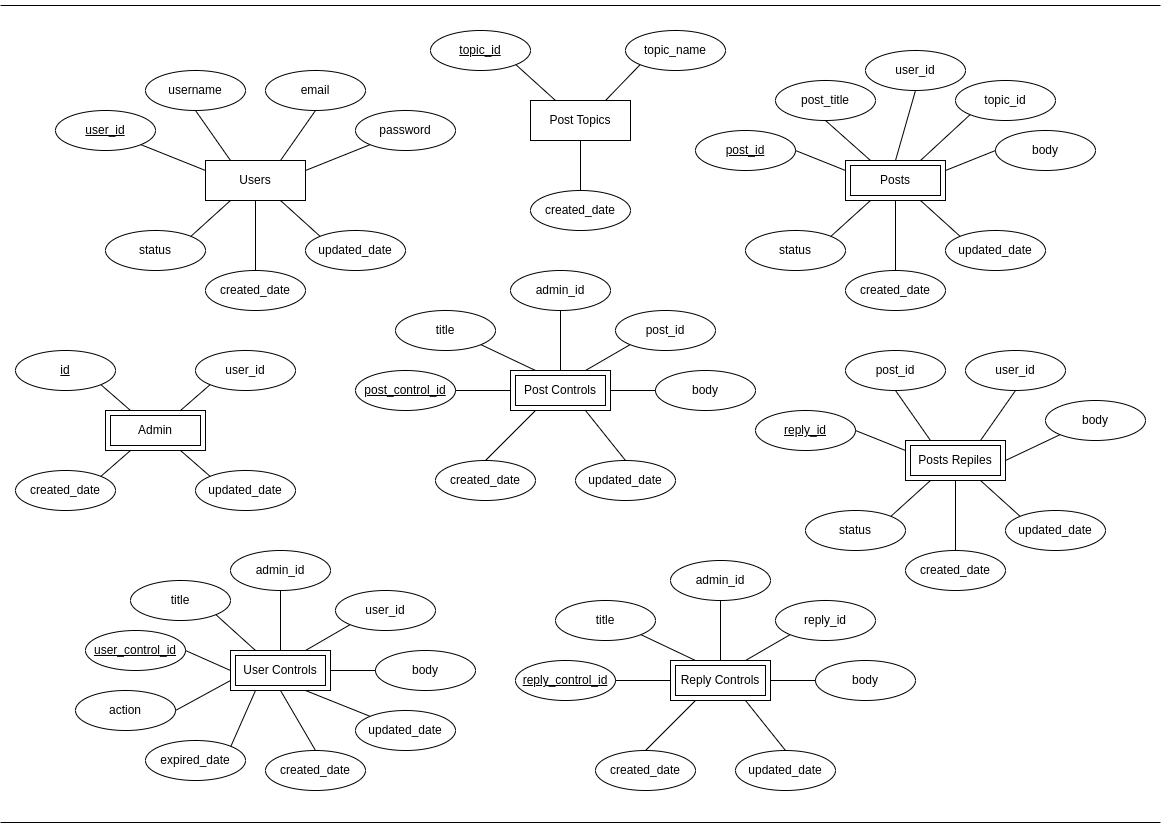
akikungz/database_project keeps this draw.io diagram as er-model.dio.png. Above is the earlier version. Source tidied: cells renumbered, new cells last; positions are measured from the earlier drawing's top-left corner, leaving out a move shared by most shapes.
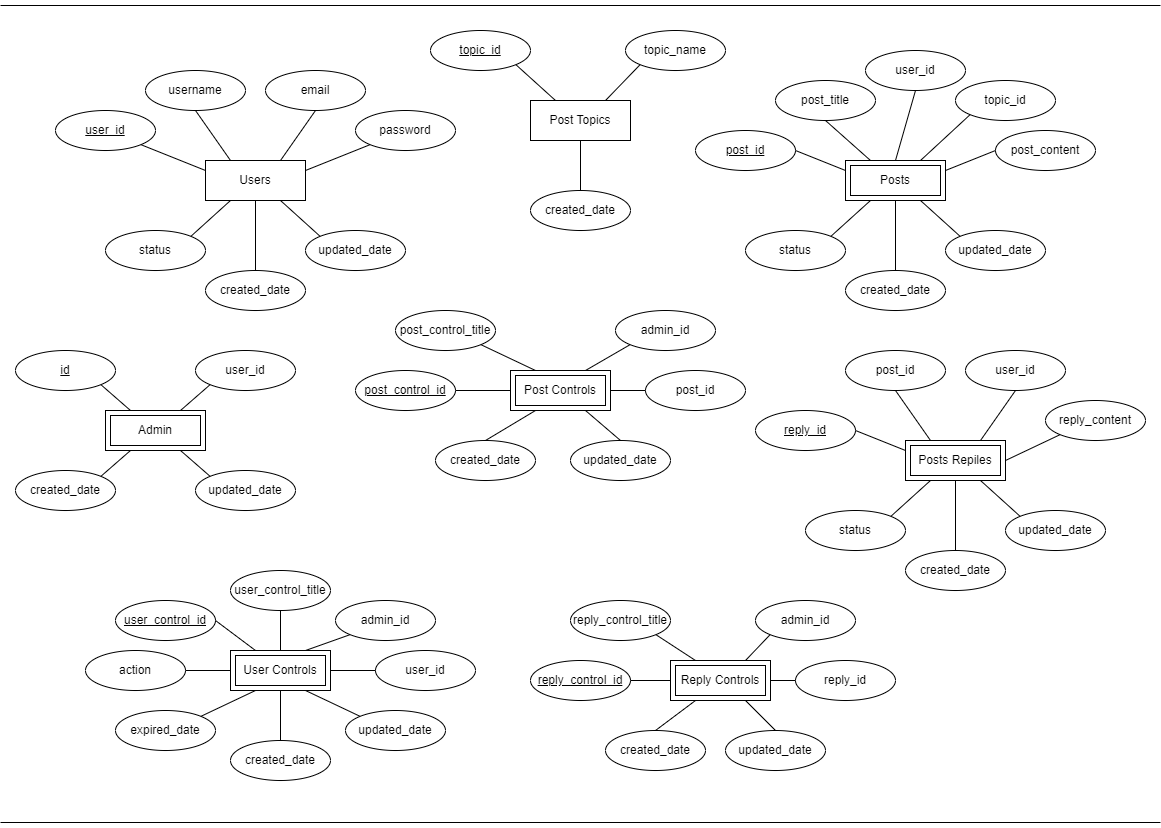
The same file after the commit.

Commit message:
Update ER model diagram

The edit, as a diff of the source:
```diff
@@ -77,7 +77,7 @@
     <mxCell id="26" value="topic_id" style="ellipse;whiteSpace=wrap;html=1;align=center;" parent="1" vertex="1">
       <mxGeometry x="955" y="80" width="100" height="40" as="geometry" />
     </mxCell>
-    <mxCell id="27" value="body" style="ellipse;whiteSpace=wrap;html=1;align=center;" parent="1" vertex="1">
+    <mxCell id="27" value="post_content" style="ellipse;whiteSpace=wrap;html=1;align=center;" parent="1" vertex="1">
       <mxGeometry x="995" y="130" width="100" height="40" as="geometry" />
     </mxCell>
     <mxCell id="28" style="endArrow=none;html=1;rounded=0;exitX=1;exitY=1;exitDx=0;exitDy=0;entryX=0.25;entryY=0;entryDx=0;entryDy=0;" parent="1" edge="1" source="53" target="52">
@@ -125,7 +125,7 @@
     <mxCell id="42" value="user_id" style="ellipse;whiteSpace=wrap;html=1;align=center;" parent="1" vertex="1">
       <mxGeometry x="965" y="350" width="100" height="40" as="geometry" />
     </mxCell>
-    <mxCell id="43" value="body" style="ellipse;whiteSpace=wrap;html=1;align=center;" parent="1" vertex="1">
+    <mxCell id="43" value="reply_content" style="ellipse;whiteSpace=wrap;html=1;align=center;" parent="1" vertex="1">
       <mxGeometry x="1045" y="400" width="100" height="40" as="geometry" />
     </mxCell>
     <mxCell id="44" value="post_id" style="ellipse;whiteSpace=wrap;html=1;align=center;" parent="1" vertex="1">
@@ -183,38 +183,32 @@
       <mxGeometry x="355" y="370" width="100" height="40" as="geometry" />
     </mxCell>
     <mxCell id="62" value="created_date" style="ellipse;whiteSpace=wrap;html=1;align=center;" parent="1" vertex="1">
-      <mxGeometry x="435" y="460" width="100" height="40" as="geometry" />
+      <mxGeometry x="435" y="440" width="100" height="40" as="geometry" />
     </mxCell>
     <mxCell id="63" value="updated_date" style="ellipse;whiteSpace=wrap;html=1;align=center;" parent="1" vertex="1">
-      <mxGeometry x="575" y="460" width="100" height="40" as="geometry" />
+      <mxGeometry x="570" y="440" width="100" height="40" as="geometry" />
     </mxCell>
     <mxCell id="64" value="post_id" style="ellipse;whiteSpace=wrap;html=1;align=center;" parent="1" vertex="1">
-      <mxGeometry x="615" y="310" width="100" height="40" as="geometry" />
+      <mxGeometry x="645" y="370" width="100" height="40" as="geometry" />
     </mxCell>
-    <mxCell id="65" value="title" style="ellipse;whiteSpace=wrap;html=1;align=center;" parent="1" vertex="1">
+    <mxCell id="65" value="post_control_title" style="ellipse;whiteSpace=wrap;html=1;align=center;" parent="1" vertex="1">
       <mxGeometry x="395" y="310" width="100" height="40" as="geometry" />
     </mxCell>
     <mxCell id="66" value="admin_id" style="ellipse;whiteSpace=wrap;html=1;align=center;" parent="1" vertex="1">
-      <mxGeometry x="510" y="270" width="100" height="40" as="geometry" />
+      <mxGeometry x="615" y="310" width="100" height="40" as="geometry" />
     </mxCell>
-    <mxCell id="67" value="body" style="ellipse;whiteSpace=wrap;html=1;align=center;" parent="1" vertex="1">
-      <mxGeometry x="655" y="370" width="100" height="40" as="geometry" />
-    </mxCell>
     <mxCell id="68" style="endArrow=none;html=1;rounded=0;entryX=1;entryY=0.5;entryDx=0;entryDy=0;exitX=0;exitY=0.5;exitDx=0;exitDy=0;" parent="1" edge="1" source="60" target="61">
       <mxGeometry relative="1" as="geometry" />
     </mxCell>
     <mxCell id="69" style="endArrow=none;html=1;rounded=0;entryX=1;entryY=1;entryDx=0;entryDy=0;exitX=0.25;exitY=0;exitDx=0;exitDy=0;" parent="1" edge="1" source="60" target="65">
       <mxGeometry relative="1" as="geometry" />
     </mxCell>
-    <mxCell id="70" style="endArrow=none;html=1;rounded=0;entryX=0.5;entryY=1;entryDx=0;entryDy=0;exitX=0.5;exitY=0;exitDx=0;exitDy=0;" parent="1" edge="1" source="60" target="66">
+    <mxCell id="70" style="endArrow=none;html=1;rounded=0;entryX=0;entryY=1;entryDx=0;entryDy=0;exitX=0.75;exitY=0;exitDx=0;exitDy=0;" parent="1" edge="1" source="60" target="66">
       <mxGeometry relative="1" as="geometry" />
     </mxCell>
-    <mxCell id="71" style="endArrow=none;html=1;rounded=0;entryX=0;entryY=1;entryDx=0;entryDy=0;exitX=0.75;exitY=0;exitDx=0;exitDy=0;" parent="1" edge="1" source="60" target="64">
+    <mxCell id="71" style="endArrow=none;html=1;rounded=0;entryX=0;entryY=0.5;entryDx=0;entryDy=0;exitX=1;exitY=0.5;exitDx=0;exitDy=0;" parent="1" edge="1" source="60" target="64">
       <mxGeometry relative="1" as="geometry" />
     </mxCell>
-    <mxCell id="72" style="endArrow=none;html=1;rounded=0;entryX=0;entryY=0.5;entryDx=0;entryDy=0;exitX=1;exitY=0.5;exitDx=0;exitDy=0;" parent="1" edge="1" source="60" target="67">
-      <mxGeometry relative="1" as="geometry" />
-    </mxCell>
     <mxCell id="73" style="endArrow=none;html=1;rounded=0;entryX=0.75;entryY=1;entryDx=0;entryDy=0;exitX=0.5;exitY=0;exitDx=0;exitDy=0;" parent="1" edge="1" source="63" target="60">
       <mxGeometry relative="1" as="geometry" />
     </mxCell>
@@ -225,41 +219,35 @@
       <mxGeometry x="670" y="660" width="100" height="40" as="geometry" />
     </mxCell>
     <mxCell id="76" value="reply_control_id" style="ellipse;whiteSpace=wrap;html=1;align=center;fontStyle=4;" parent="1" vertex="1">
-      <mxGeometry x="515" y="660" width="100" height="40" as="geometry" />
+      <mxGeometry x="530" y="660" width="100" height="40" as="geometry" />
     </mxCell>
     <mxCell id="77" value="created_date" style="ellipse;whiteSpace=wrap;html=1;align=center;" parent="1" vertex="1">
-      <mxGeometry x="595" y="750" width="100" height="40" as="geometry" />
+      <mxGeometry x="605" y="730" width="100" height="40" as="geometry" />
     </mxCell>
     <mxCell id="78" value="updated_date" style="ellipse;whiteSpace=wrap;html=1;align=center;" parent="1" vertex="1">
-      <mxGeometry x="735" y="750" width="100" height="40" as="geometry" />
+      <mxGeometry x="725" y="730" width="100" height="40" as="geometry" />
     </mxCell>
     <mxCell id="79" value="reply_id" style="ellipse;whiteSpace=wrap;html=1;align=center;" parent="1" vertex="1">
-      <mxGeometry x="775" y="600" width="100" height="40" as="geometry" />
+      <mxGeometry x="795" y="660" width="100" height="40" as="geometry" />
     </mxCell>
-    <mxCell id="80" value="title" style="ellipse;whiteSpace=wrap;html=1;align=center;" parent="1" vertex="1">
-      <mxGeometry x="555" y="600" width="100" height="40" as="geometry" />
+    <mxCell id="80" value="reply_control_title" style="ellipse;whiteSpace=wrap;html=1;align=center;" parent="1" vertex="1">
+      <mxGeometry x="570" y="600" width="100" height="40" as="geometry" />
     </mxCell>
     <mxCell id="81" value="admin_id" style="ellipse;whiteSpace=wrap;html=1;align=center;" parent="1" vertex="1">
-      <mxGeometry x="670" y="560" width="100" height="40" as="geometry" />
+      <mxGeometry x="755" y="600" width="100" height="40" as="geometry" />
     </mxCell>
-    <mxCell id="82" value="body" style="ellipse;whiteSpace=wrap;html=1;align=center;" parent="1" vertex="1">
-      <mxGeometry x="815" y="660" width="100" height="40" as="geometry" />
-    </mxCell>
     <mxCell id="83" style="endArrow=none;html=1;rounded=0;entryX=1;entryY=0.5;entryDx=0;entryDy=0;exitX=0;exitY=0.5;exitDx=0;exitDy=0;" parent="1" edge="1" source="75" target="76">
       <mxGeometry relative="1" as="geometry" />
     </mxCell>
     <mxCell id="84" style="endArrow=none;html=1;rounded=0;entryX=1;entryY=1;entryDx=0;entryDy=0;exitX=0.25;exitY=0;exitDx=0;exitDy=0;" parent="1" edge="1" source="75" target="80">
       <mxGeometry relative="1" as="geometry" />
     </mxCell>
-    <mxCell id="85" style="endArrow=none;html=1;rounded=0;entryX=0.5;entryY=1;entryDx=0;entryDy=0;exitX=0.5;exitY=0;exitDx=0;exitDy=0;" parent="1" edge="1" source="75" target="81">
+    <mxCell id="85" style="endArrow=none;html=1;rounded=0;entryX=0;entryY=1;entryDx=0;entryDy=0;exitX=0.75;exitY=0;exitDx=0;exitDy=0;" parent="1" edge="1" source="75" target="81">
       <mxGeometry relative="1" as="geometry" />
     </mxCell>
-    <mxCell id="86" style="endArrow=none;html=1;rounded=0;entryX=0;entryY=1;entryDx=0;entryDy=0;exitX=0.75;exitY=0;exitDx=0;exitDy=0;" parent="1" edge="1" source="75" target="79">
+    <mxCell id="86" style="endArrow=none;html=1;rounded=0;entryX=0;entryY=0.5;entryDx=0;entryDy=0;exitX=1;exitY=0.5;exitDx=0;exitDy=0;" parent="1" edge="1" source="75" target="79">
       <mxGeometry relative="1" as="geometry" />
     </mxCell>
-    <mxCell id="87" style="endArrow=none;html=1;rounded=0;entryX=0;entryY=0.5;entryDx=0;entryDy=0;exitX=1;exitY=0.5;exitDx=0;exitDy=0;" parent="1" edge="1" source="75" target="82">
-      <mxGeometry relative="1" as="geometry" />
-    </mxCell>
     <mxCell id="88" style="endArrow=none;html=1;rounded=0;entryX=0.75;entryY=1;entryDx=0;entryDy=0;exitX=0.5;exitY=0;exitDx=0;exitDy=0;" parent="1" edge="1" source="78" target="75">
       <mxGeometry relative="1" as="geometry" />
     </mxCell>
@@ -291,41 +279,35 @@
       <mxGeometry x="230" y="650" width="100" height="40" as="geometry" />
     </mxCell>
     <mxCell id="98" value="user_control_id" style="ellipse;whiteSpace=wrap;html=1;align=center;fontStyle=4;" parent="1" vertex="1">
-      <mxGeometry x="85" y="630" width="100" height="40" as="geometry" />
+      <mxGeometry x="115" y="600" width="100" height="40" as="geometry" />
     </mxCell>
     <mxCell id="99" value="created_date" style="ellipse;whiteSpace=wrap;html=1;align=center;" parent="1" vertex="1">
-      <mxGeometry x="265" y="750" width="100" height="40" as="geometry" />
+      <mxGeometry x="230" y="740" width="100" height="40" as="geometry" />
     </mxCell>
     <mxCell id="100" value="updated_date" style="ellipse;whiteSpace=wrap;html=1;align=center;" parent="1" vertex="1">
-      <mxGeometry x="355" y="710" width="100" height="40" as="geometry" />
+      <mxGeometry x="345" y="710" width="100" height="40" as="geometry" />
     </mxCell>
     <mxCell id="101" value="user_id" style="ellipse;whiteSpace=wrap;html=1;align=center;" parent="1" vertex="1">
-      <mxGeometry x="335" y="590" width="100" height="40" as="geometry" />
+      <mxGeometry x="375" y="650" width="100" height="40" as="geometry" />
     </mxCell>
-    <mxCell id="102" value="title" style="ellipse;whiteSpace=wrap;html=1;align=center;" parent="1" vertex="1">
-      <mxGeometry x="130" y="580" width="100" height="40" as="geometry" />
+    <mxCell id="102" value="user_control_title" style="ellipse;whiteSpace=wrap;html=1;align=center;" parent="1" vertex="1">
+      <mxGeometry x="230" y="570" width="100" height="40" as="geometry" />
     </mxCell>
     <mxCell id="103" value="admin_id" style="ellipse;whiteSpace=wrap;html=1;align=center;" parent="1" vertex="1">
-      <mxGeometry x="230" y="550" width="100" height="40" as="geometry" />
+      <mxGeometry x="335" y="600" width="100" height="40" as="geometry" />
     </mxCell>
-    <mxCell id="104" value="body" style="ellipse;whiteSpace=wrap;html=1;align=center;" parent="1" vertex="1">
-      <mxGeometry x="375" y="650" width="100" height="40" as="geometry" />
-    </mxCell>
-    <mxCell id="105" style="endArrow=none;html=1;rounded=0;entryX=1;entryY=0.5;entryDx=0;entryDy=0;exitX=0;exitY=0.5;exitDx=0;exitDy=0;" parent="1" edge="1" source="97" target="98">
+    <mxCell id="105" style="endArrow=none;html=1;rounded=0;entryX=1;entryY=0.5;entryDx=0;entryDy=0;exitX=0.25;exitY=0;exitDx=0;exitDy=0;" parent="1" edge="1" source="97" target="98">
       <mxGeometry relative="1" as="geometry" />
     </mxCell>
-    <mxCell id="106" style="endArrow=none;html=1;rounded=0;entryX=1;entryY=1;entryDx=0;entryDy=0;exitX=0.25;exitY=0;exitDx=0;exitDy=0;" parent="1" edge="1" source="97" target="102">
+    <mxCell id="106" style="endArrow=none;html=1;rounded=0;entryX=0.5;entryY=1;entryDx=0;entryDy=0;exitX=0.5;exitY=0;exitDx=0;exitDy=0;" parent="1" edge="1" source="97" target="102">
       <mxGeometry relative="1" as="geometry" />
     </mxCell>
-    <mxCell id="107" style="endArrow=none;html=1;rounded=0;entryX=0.5;entryY=1;entryDx=0;entryDy=0;exitX=0.5;exitY=0;exitDx=0;exitDy=0;" parent="1" edge="1" source="97" target="103">
+    <mxCell id="107" style="endArrow=none;html=1;rounded=0;entryX=0;entryY=1;entryDx=0;entryDy=0;exitX=0.75;exitY=0;exitDx=0;exitDy=0;" parent="1" edge="1" source="97" target="103">
       <mxGeometry relative="1" as="geometry" />
     </mxCell>
-    <mxCell id="108" style="endArrow=none;html=1;rounded=0;entryX=0;entryY=1;entryDx=0;entryDy=0;exitX=0.75;exitY=0;exitDx=0;exitDy=0;" parent="1" edge="1" source="97" target="101">
+    <mxCell id="108" style="endArrow=none;html=1;rounded=0;entryX=0;entryY=0.5;entryDx=0;entryDy=0;exitX=1;exitY=0.5;exitDx=0;exitDy=0;" parent="1" edge="1" source="97" target="101">
       <mxGeometry relative="1" as="geometry" />
     </mxCell>
-    <mxCell id="109" style="endArrow=none;html=1;rounded=0;entryX=0;entryY=0.5;entryDx=0;entryDy=0;exitX=1;exitY=0.5;exitDx=0;exitDy=0;" parent="1" edge="1" source="97" target="104">
-      <mxGeometry relative="1" as="geometry" />
-    </mxCell>
     <mxCell id="110" style="endArrow=none;html=1;rounded=0;entryX=0.75;entryY=1;entryDx=0;entryDy=0;exitX=0;exitY=0;exitDx=0;exitDy=0;" parent="1" edge="1" source="100" target="97">
       <mxGeometry relative="1" as="geometry" />
     </mxCell>
@@ -333,15 +315,15 @@
       <mxGeometry relative="1" as="geometry" />
     </mxCell>
     <mxCell id="112" value="action" style="ellipse;whiteSpace=wrap;html=1;align=center;" parent="1" vertex="1">
-      <mxGeometry x="75" y="690" width="100" height="40" as="geometry" />
+      <mxGeometry x="85" y="650" width="100" height="40" as="geometry" />
     </mxCell>
     <mxCell id="113" value="expired_date" style="ellipse;whiteSpace=wrap;html=1;align=center;" parent="1" vertex="1">
-      <mxGeometry x="145" y="740" width="100" height="40" as="geometry" />
+      <mxGeometry x="115" y="710" width="100" height="40" as="geometry" />
     </mxCell>
     <mxCell id="114" style="endArrow=none;html=1;rounded=0;entryX=0.25;entryY=1;entryDx=0;entryDy=0;exitX=1;exitY=0;exitDx=0;exitDy=0;" parent="1" edge="1" source="113" target="97">
       <mxGeometry relative="1" as="geometry" />
     </mxCell>
-    <mxCell id="115" style="endArrow=none;html=1;rounded=0;entryX=0;entryY=0.75;entryDx=0;entryDy=0;exitX=1;exitY=0.5;exitDx=0;exitDy=0;" parent="1" edge="1" source="112" target="97">
+    <mxCell id="115" style="endArrow=none;html=1;rounded=0;entryX=0;entryY=0.5;entryDx=0;entryDy=0;exitX=1;exitY=0.5;exitDx=0;exitDy=0;" parent="1" edge="1" source="112" target="97">
       <mxGeometry relative="1" as="geometry" />
     </mxCell>
   </root>
```
